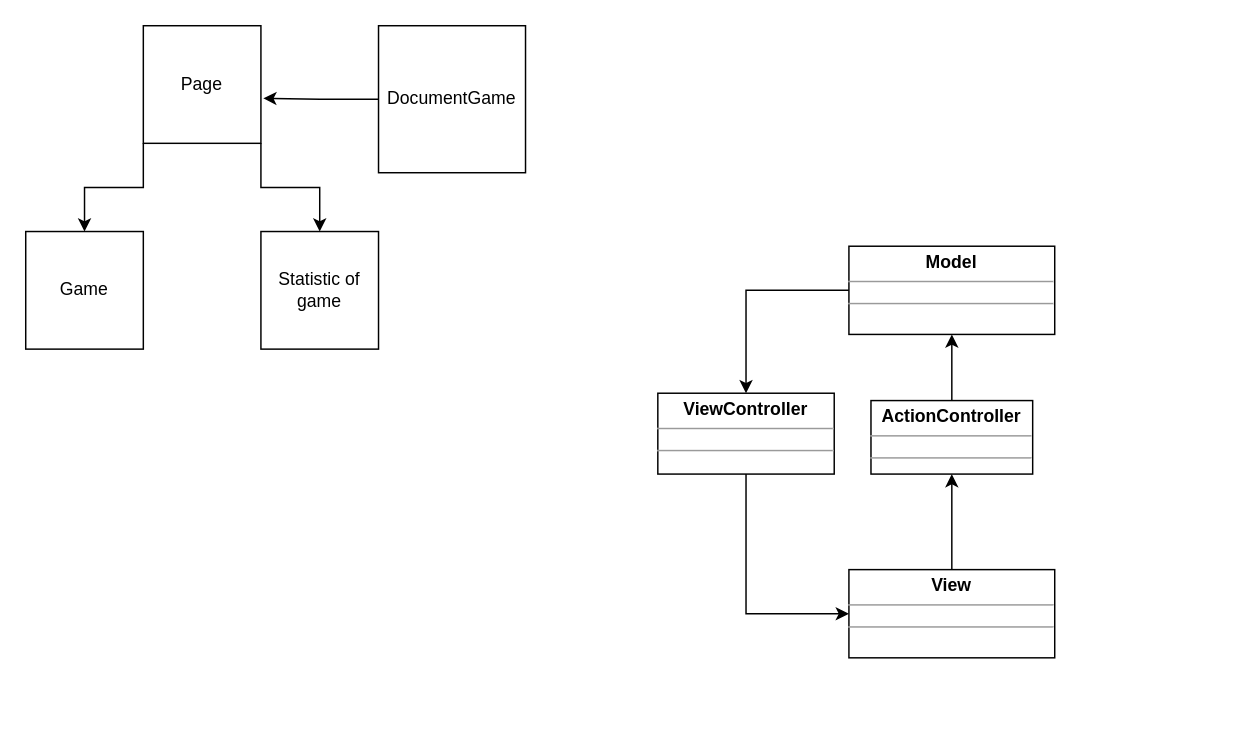
This is snake_game/doc/uml.drawio from slawa-popow/ITincubator-abiturient, a draw.io file, before an edit. Source tidied: cells renumbered, new cells numbered last; positions are measured from the earlier drawing's top-left corner, leaving out a move shared by most shapes. Both pictures are drawn from the tidied source at 147%, with x=0, y=0 at pixel (25, 25).
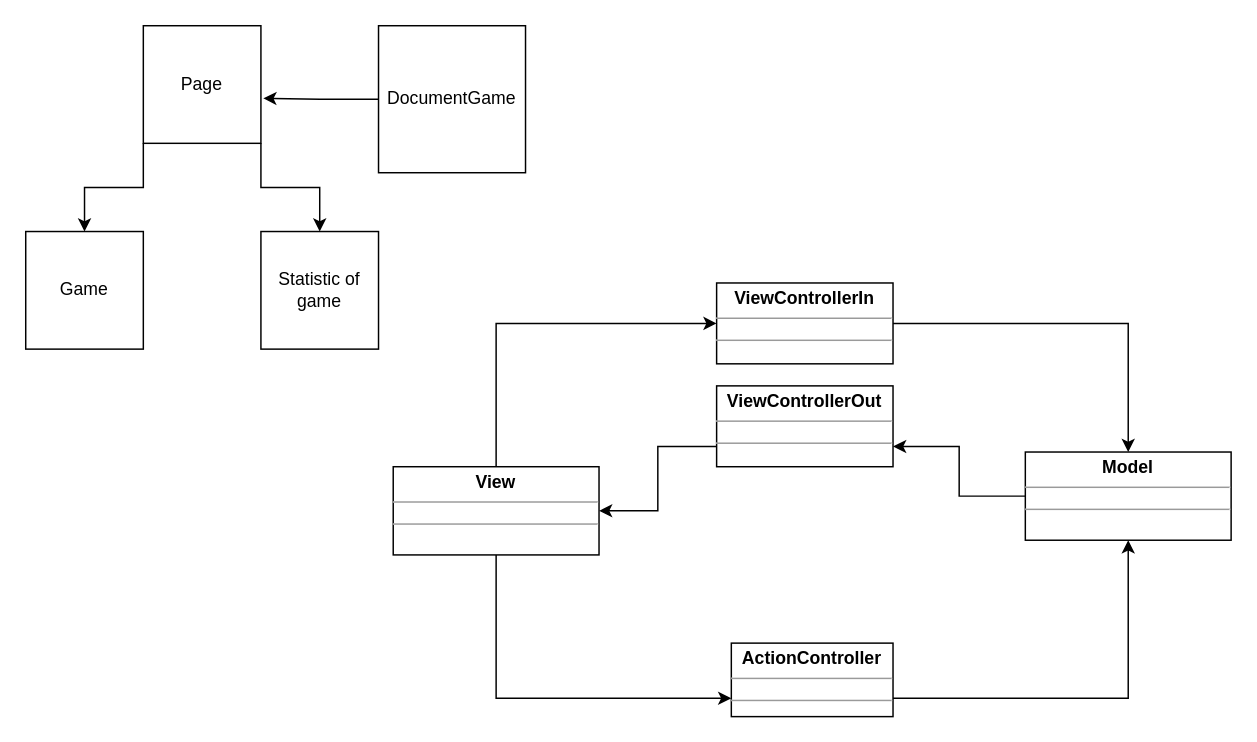
Above is the later version.

Commit message (it also covers changes not shown here):
Первая uml модель

The edit, as a diff of the source:
```diff
@@
 <mxGraphModel>
   <root>
     <mxCell id="0" />
     <mxCell id="1" parent="0" />
     <mxCell id="2" style="edgeStyle=orthogonalEdgeStyle;rounded=0;jettySize=auto;html=1;exitX=0;exitY=1;exitDx=0;exitDy=0;entryX=0.5;entryY=0;entryDx=0;entryDy=0;" parent="1" edge="1" source="4" target="5">
       <mxGeometry relative="1" as="geometry" />
     </mxCell>
     <mxCell id="3" style="edgeStyle=orthogonalEdgeStyle;rounded=0;jettySize=auto;html=1;exitX=1;exitY=1;exitDx=0;exitDy=0;entryX=0.5;entryY=0;entryDx=0;entryDy=0;" parent="1" edge="1" source="4" target="6">
       <mxGeometry relative="1" as="geometry" />
     </mxCell>
     <mxCell id="4" value="Page" style="whiteSpace=wrap;html=1;" parent="1" vertex="1">
       <mxGeometry x="80" width="80" height="80" as="geometry" />
     </mxCell>
     <mxCell id="5" value="Game" style="whiteSpace=wrap;html=1;" parent="1" vertex="1">
       <mxGeometry y="140" width="80" height="80" as="geometry" />
     </mxCell>
     <mxCell id="6" value="Statistic of game" style="whiteSpace=wrap;html=1;" parent="1" vertex="1">
       <mxGeometry x="160" y="140" width="80" height="80" as="geometry" />
     </mxCell>
-    <mxCell id="7" style="edgeStyle=orthogonalEdgeStyle;rounded=0;jettySize=auto;html=1;exitX=0;exitY=0.5;exitDx=0;exitDy=0;entryX=0.5;entryY=0;entryDx=0;entryDy=0;" parent="1" edge="1" source="8" target="10">
-      <mxGeometry relative="1" as="geometry" />
-    </mxCell>
+    <mxCell id="17" style="edgeStyle=orthogonalEdgeStyle;rounded=0;jettySize=auto;html=1;exitX=0;exitY=0.5;exitDx=0;exitDy=0;entryX=1;entryY=0.75;entryDx=0;entryDy=0;" parent="1" edge="1" source="8" target="21">
+      <mxGeometry relative="1" as="geometry" />
+    </mxCell>
     <mxCell id="8" value="&lt;p style=&quot;margin:0px;margin-top:4px;text-align:center;&quot;&gt;&lt;b&gt;Model&lt;/b&gt;&lt;/p&gt;&lt;hr size=&quot;1&quot;&gt;&lt;div style=&quot;height:2px;&quot;&gt;&lt;/div&gt;&lt;hr size=&quot;1&quot;&gt;&lt;div style=&quot;height:2px;&quot;&gt;&lt;/div&gt;" style="verticalAlign=top;align=left;overflow=fill;fontSize=12;fontFamily=Helvetica;html=1;whiteSpace=wrap;" parent="1" vertex="1">
-      <mxGeometry x="560" y="150" width="140" height="60" as="geometry" />
+      <mxGeometry x="680" y="290" width="140" height="60" as="geometry" />
     </mxCell>
-    <mxCell id="9" style="edgeStyle=orthogonalEdgeStyle;rounded=0;jettySize=auto;html=1;exitX=0.5;exitY=1;exitDx=0;exitDy=0;entryX=0;entryY=0.5;entryDx=0;entryDy=0;" parent="1" edge="1" source="10" target="12">
-      <mxGeometry relative="1" as="geometry" />
-    </mxCell>
+    <mxCell id="18" style="edgeStyle=orthogonalEdgeStyle;rounded=0;jettySize=auto;html=1;exitX=1;exitY=0.5;exitDx=0;exitDy=0;entryX=0.5;entryY=0;entryDx=0;entryDy=0;" parent="1" edge="1" source="10" target="8">
+      <mxGeometry relative="1" as="geometry" />
+    </mxCell>
-    <mxCell id="10" value="&lt;p style=&quot;margin:0px;margin-top:4px;text-align:center;&quot;&gt;&lt;b&gt;ViewController&lt;/b&gt;&lt;/p&gt;&lt;hr size=&quot;1&quot;&gt;&lt;div style=&quot;height:2px;&quot;&gt;&lt;/div&gt;&lt;hr size=&quot;1&quot;&gt;&lt;div style=&quot;height:2px;&quot;&gt;&lt;/div&gt;" style="verticalAlign=top;align=left;overflow=fill;fontSize=12;fontFamily=Helvetica;html=1;whiteSpace=wrap;" parent="1" vertex="1">
-      <mxGeometry x="430" y="250" width="120" height="55" as="geometry" />
+    <mxCell id="10" value="&lt;p style=&quot;margin:0px;margin-top:4px;text-align:center;&quot;&gt;&lt;b&gt;ViewControllerIn&lt;/b&gt;&lt;/p&gt;&lt;hr size=&quot;1&quot;&gt;&lt;div style=&quot;height:2px;&quot;&gt;&lt;/div&gt;&lt;hr size=&quot;1&quot;&gt;&lt;div style=&quot;height:2px;&quot;&gt;&lt;/div&gt;" style="verticalAlign=top;align=left;overflow=fill;fontSize=12;fontFamily=Helvetica;html=1;whiteSpace=wrap;" parent="1" vertex="1">
+      <mxGeometry x="470" y="175" width="120" height="55" as="geometry" />
     </mxCell>
+    <mxCell id="19" style="edgeStyle=orthogonalEdgeStyle;rounded=0;jettySize=auto;html=1;exitX=0.5;exitY=0;exitDx=0;exitDy=0;entryX=0;entryY=0.5;entryDx=0;entryDy=0;" parent="1" edge="1" source="12" target="10">
+      <mxGeometry relative="1" as="geometry" />
+    </mxCell>
-    <mxCell id="11" style="edgeStyle=orthogonalEdgeStyle;rounded=0;jettySize=auto;html=1;exitX=0.5;exitY=0;exitDx=0;exitDy=0;" parent="1" edge="1" source="12" target="16">
+    <mxCell id="11" style="edgeStyle=orthogonalEdgeStyle;rounded=0;jettySize=auto;html=1;exitX=0.5;exitY=1;exitDx=0;exitDy=0;entryX=0;entryY=0.75;entryDx=0;entryDy=0;" parent="1" edge="1" source="12" target="16">
       <mxGeometry relative="1" as="geometry" />
     </mxCell>
     <mxCell id="12" value="&lt;p style=&quot;margin:0px;margin-top:4px;text-align:center;&quot;&gt;&lt;b&gt;View&lt;/b&gt;&lt;/p&gt;&lt;hr size=&quot;1&quot;&gt;&lt;div style=&quot;height:2px;&quot;&gt;&lt;/div&gt;&lt;hr size=&quot;1&quot;&gt;&lt;div style=&quot;height:2px;&quot;&gt;&lt;/div&gt;" style="verticalAlign=top;align=left;overflow=fill;fontSize=12;fontFamily=Helvetica;html=1;whiteSpace=wrap;" parent="1" vertex="1">
-      <mxGeometry x="560" y="370" width="140" height="60" as="geometry" />
+      <mxGeometry x="250" y="300" width="140" height="60" as="geometry" />
     </mxCell>
     <mxCell id="13" style="edgeStyle=orthogonalEdgeStyle;rounded=0;jettySize=auto;html=1;entryX=1.02;entryY=0.617;entryDx=0;entryDy=0;entryPerimeter=0;" parent="1" edge="1" source="14" target="4">
       <mxGeometry relative="1" as="geometry" />
     </mxCell>
     <mxCell id="14" value="DocumentGame" style="whiteSpace=wrap;html=1;" parent="1" vertex="1">
       <mxGeometry x="240" width="100" height="100" as="geometry" />
     </mxCell>
-    <mxCell id="15" style="edgeStyle=orthogonalEdgeStyle;rounded=0;jettySize=auto;html=1;entryX=0.5;entryY=1;entryDx=0;entryDy=0;" parent="1" edge="1" source="16" target="8">
+    <mxCell id="15" style="edgeStyle=orthogonalEdgeStyle;rounded=0;jettySize=auto;html=1;exitX=1;exitY=0.75;exitDx=0;exitDy=0;entryX=0.5;entryY=1;entryDx=0;entryDy=0;" parent="1" edge="1" source="16" target="8">
       <mxGeometry relative="1" as="geometry" />
     </mxCell>
     <mxCell id="16" value="&lt;p style=&quot;margin:0px;margin-top:4px;text-align:center;&quot;&gt;&lt;b&gt;ActionController&lt;/b&gt;&lt;/p&gt;&lt;hr size=&quot;1&quot;&gt;&lt;div style=&quot;height:2px;&quot;&gt;&lt;/div&gt;&lt;hr size=&quot;1&quot;&gt;&lt;div style=&quot;height:2px;&quot;&gt;&lt;/div&gt;" style="verticalAlign=top;align=left;overflow=fill;fontSize=12;fontFamily=Helvetica;html=1;whiteSpace=wrap;" parent="1" vertex="1">
-      <mxGeometry x="575" y="255" width="110" height="50" as="geometry" />
+      <mxGeometry x="480" y="420" width="110" height="50" as="geometry" />
     </mxCell>
+    <mxCell id="20" style="edgeStyle=orthogonalEdgeStyle;rounded=0;jettySize=auto;html=1;exitX=0;exitY=0.75;exitDx=0;exitDy=0;entryX=1;entryY=0.5;entryDx=0;entryDy=0;" parent="1" edge="1" source="21" target="12">
+      <mxGeometry relative="1" as="geometry" />
+    </mxCell>
+    <mxCell id="21" value="&lt;p style=&quot;margin:0px;margin-top:4px;text-align:center;&quot;&gt;&lt;b&gt;ViewControllerOut&lt;/b&gt;&lt;/p&gt;&lt;hr size=&quot;1&quot;&gt;&lt;div style=&quot;height:2px;&quot;&gt;&lt;/div&gt;&lt;hr size=&quot;1&quot;&gt;&lt;div style=&quot;height:2px;&quot;&gt;&lt;/div&gt;" style="verticalAlign=top;align=left;overflow=fill;fontSize=12;fontFamily=Helvetica;html=1;whiteSpace=wrap;" parent="1" vertex="1">
+      <mxGeometry x="470" y="245" width="120" height="55" as="geometry" />
+    </mxCell>
   </root>
 </mxGraphModel>
```
